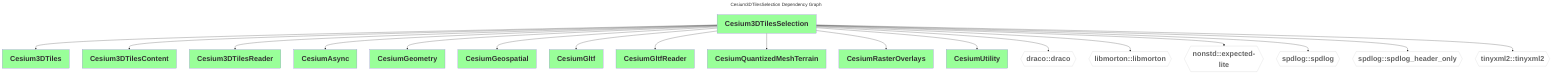
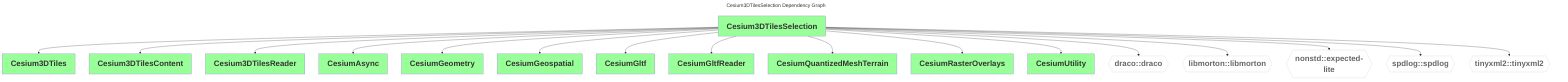
---
comment: This file was generated by dep-graph-gen. DO NOT EDIT THIS FILE!

title: Cesium3DTilesSelection Dependency Graph
---
graph TD
  classDef dependencyNode fill:#fff,stroke:#ccc,color:#666,font-weight:bold,font-size:28px
  classDef libraryNode fill:#9f9,font-weight:bold,font-size:28px
  Cesium3DTilesSelection[Cesium3DTilesSelection] --> Cesium3DTiles[Cesium3DTiles]
  Cesium3DTilesSelection[Cesium3DTilesSelection] --> Cesium3DTilesContent[Cesium3DTilesContent]
  Cesium3DTilesSelection[Cesium3DTilesSelection] --> Cesium3DTilesReader[Cesium3DTilesReader]
  Cesium3DTilesSelection[Cesium3DTilesSelection] --> CesiumAsync[CesiumAsync]
  Cesium3DTilesSelection[Cesium3DTilesSelection] --> CesiumGeometry[CesiumGeometry]
  Cesium3DTilesSelection[Cesium3DTilesSelection] --> CesiumGeospatial[CesiumGeospatial]
  Cesium3DTilesSelection[Cesium3DTilesSelection] --> CesiumGltf[CesiumGltf]
  Cesium3DTilesSelection[Cesium3DTilesSelection] --> CesiumGltfReader[CesiumGltfReader]
  Cesium3DTilesSelection[Cesium3DTilesSelection] --> CesiumQuantizedMeshTerrain[CesiumQuantizedMeshTerrain]
  Cesium3DTilesSelection[Cesium3DTilesSelection] --> CesiumRasterOverlays[CesiumRasterOverlays]
  Cesium3DTilesSelection[Cesium3DTilesSelection] --> CesiumUtility[CesiumUtility]
  Cesium3DTilesSelection[Cesium3DTilesSelection] --> draco_draco{{draco::draco}}
  Cesium3DTilesSelection[Cesium3DTilesSelection] --> libmorton_libmorton{{libmorton::libmorton}}
  Cesium3DTilesSelection[Cesium3DTilesSelection] --> nonstd_expected-lite{{nonstd::expected-lite}}
  Cesium3DTilesSelection[Cesium3DTilesSelection] --> spdlog_spdlog{{spdlog::spdlog}}
-   Cesium3DTilesSelection[Cesium3DTilesSelection] --> spdlog_spdlog_header_only{{spdlog::spdlog_header_only}}
  Cesium3DTilesSelection[Cesium3DTilesSelection] --> tinyxml2_tinyxml2{{tinyxml2::tinyxml2}}
-   class draco_draco,libmorton_libmorton,nonstd_expected-lite,spdlog_spdlog,spdlog_spdlog_header_only,tinyxml2_tinyxml2 dependencyNode
+   class draco_draco,libmorton_libmorton,nonstd_expected-lite,spdlog_spdlog,tinyxml2_tinyxml2 dependencyNode
  class Cesium3DTiles,Cesium3DTilesContent,Cesium3DTilesReader,CesiumAsync,CesiumGeometry,CesiumGeospatial,CesiumGltf,CesiumGltfReader,CesiumQuantizedMeshTerrain,CesiumRasterOverlays,CesiumUtility,Cesium3DTilesSelection libraryNode
